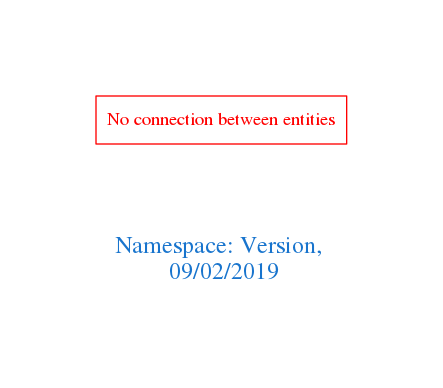
Before: downloads/Version.png, a diagram exported from Graphviz (arago/OGIT). Its source is kept beside it as downloads/Version.dot.
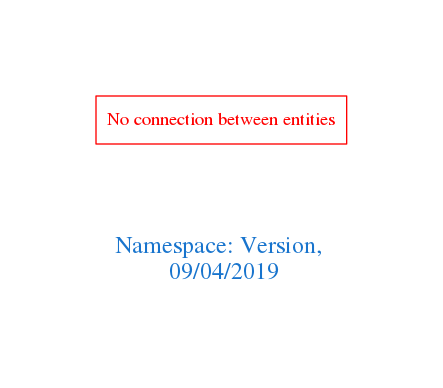
The same file after the commit.

The edit, as a diff of the source:
```diff
@@ -1,7 +1,7 @@
 digraph OGIT_ontology {
  graph [ rankdir= LR,pad=1
 fontsize = 18,
-fontcolor= dodgerblue3,label = "\n\n\nNamespace: Version, \n 09/02/2019"];
+fontcolor= dodgerblue3,label = "\n\n\nNamespace: Version, \n 09/04/2019"];
 node[shape=polygon];
 edge [  color="gray81"];
 
```
